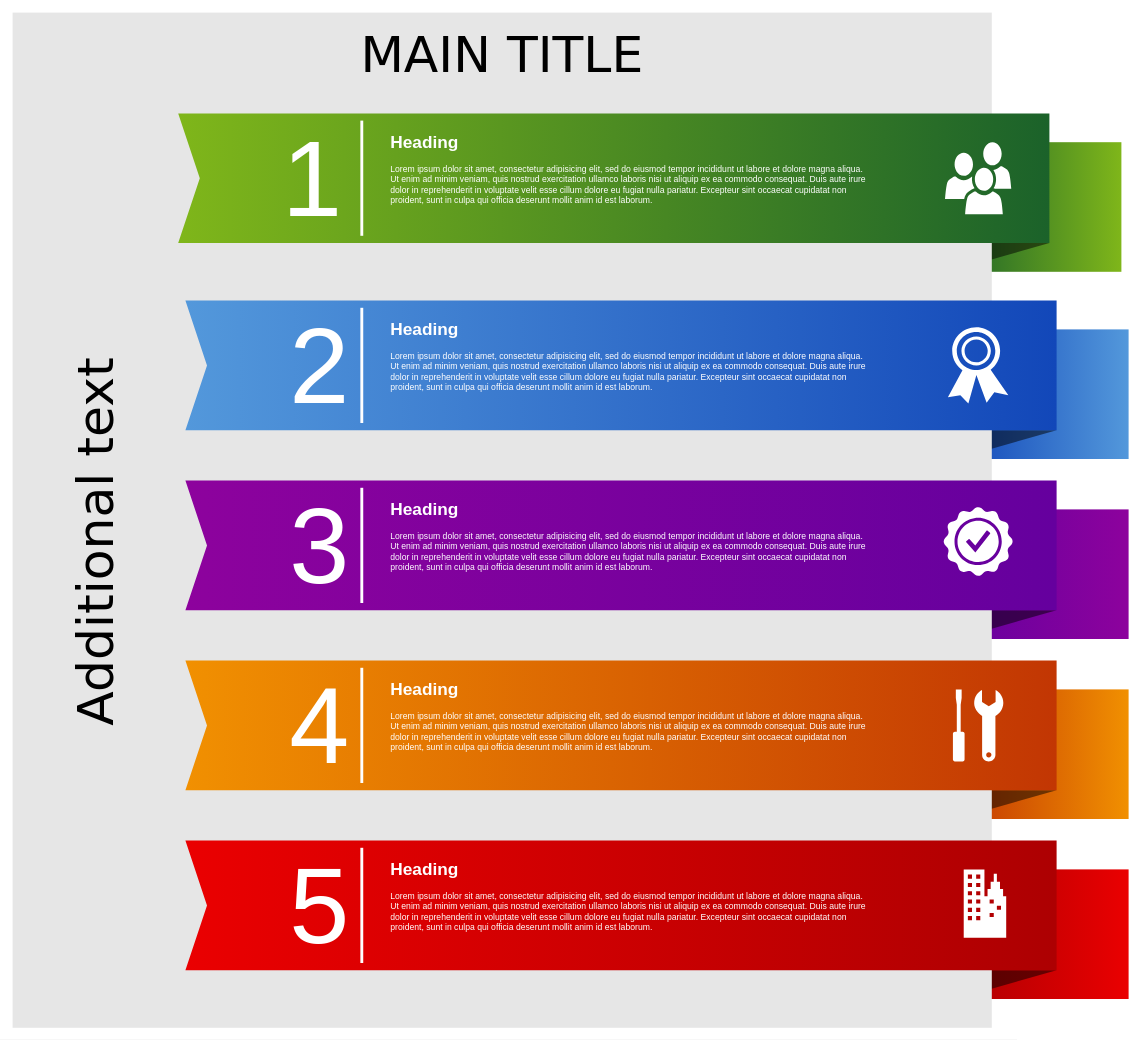
The draw.io diagram Untitled Diagram.drawio in jfeudeline/diagrams, before the edit. Source tidied: cells renumbered, new cells numbered last; positions are measured from the earlier drawing's top-left corner, leaving out a move shared by most shapes. Both pictures are drawn from the tidied source at 72%, with x=0, y=0 at pixel (12, 12).
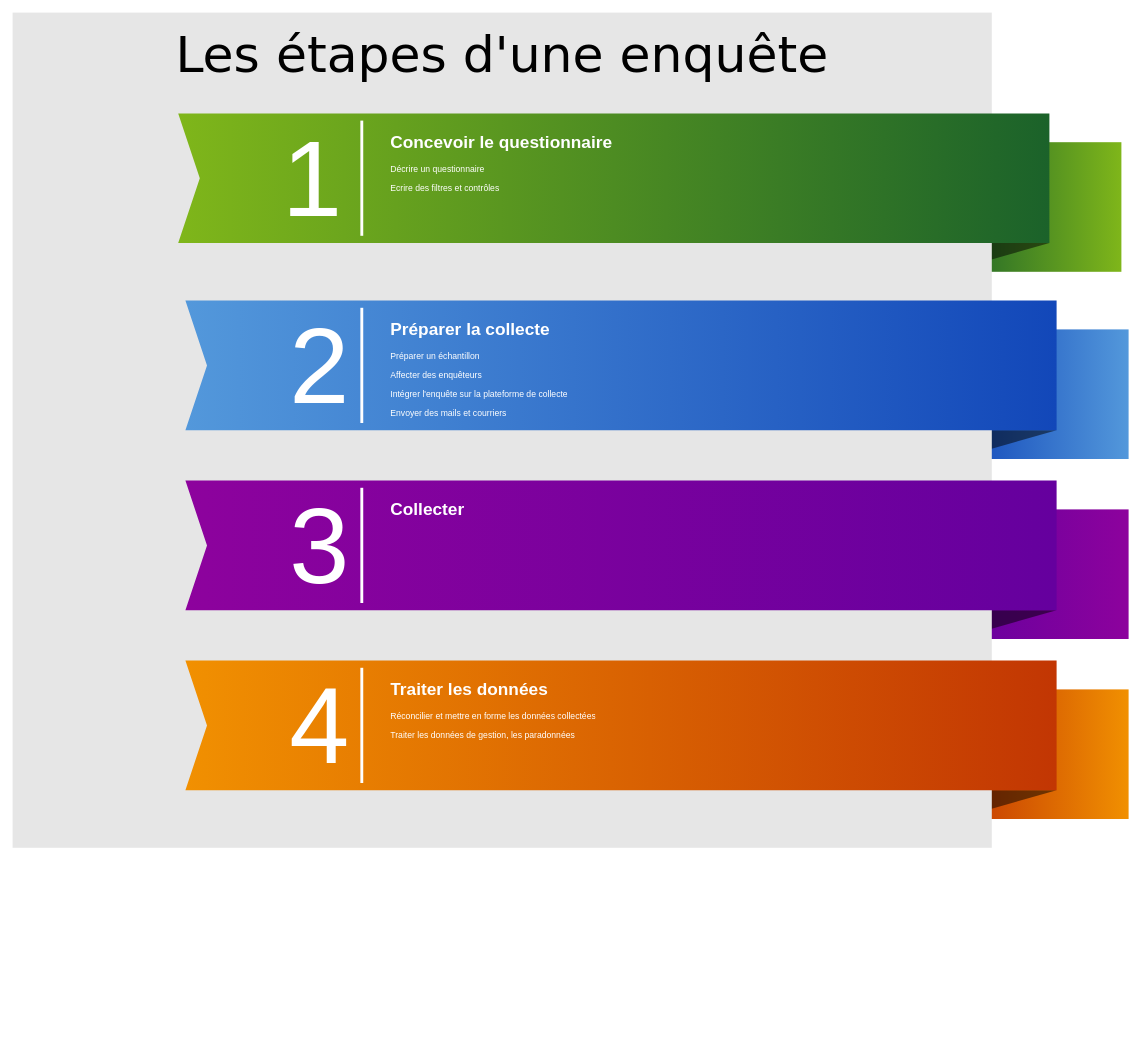
The same page after the edit.

Change to the diagram source:
```diff
@@
-    <mxCell id="10" style="whiteSpace=wrap;html=1;rounded=0;shadow=0;dashed=0;strokeWidth=1;fontFamily=Tahoma;fontSize=10;fontColor=#FFFFFF;strokeColor=none;fillColor=#EA0001;gradientColor=#AD0002;gradientDirection=west;" parent="1" vertex="1">
-      <mxGeometry x="1310" y="1190" width="240" height="180" as="geometry" />
-    </mxCell>
-    <mxCell id="11" style="verticalLabelPosition=bottom;verticalAlign=top;html=1;strokeWidth=1;shape=mxgraph.basic.orthogonal_triangle;rounded=0;shadow=0;dashed=0;fontFamily=Tahoma;fontSize=10;fontColor=#FFFFFF;flipV=1;fillColor=#000000;strokeColor=none;opacity=50;" parent="1" vertex="1">
-      <mxGeometry x="1310" y="1330" width="140" height="40" as="geometry" />
-    </mxCell>
-    <mxCell id="12" value="MAIN TITLE" style="whiteSpace=wrap;html=1;rounded=0;shadow=0;dashed=0;strokeWidth=1;fillColor=#E6E6E6;fontFamily=Verdana;fontSize=70;strokeColor=none;verticalAlign=top;spacingTop=10;" parent="1" vertex="1">
-      <mxGeometry width="1360" height="1410" as="geometry" />
+    <mxCell id="12" value="Les étapes d'une enquête" style="whiteSpace=wrap;html=1;rounded=0;shadow=0;dashed=0;strokeWidth=1;fillColor=#E6E6E6;fontFamily=Verdana;fontSize=70;strokeColor=none;verticalAlign=top;spacingTop=10;" parent="1" vertex="1">
+      <mxGeometry width="1360" height="1160" as="geometry" />
     </mxCell>
@@
-    <mxCell id="17" style="html=1;shadow=0;dashed=0;align=center;verticalAlign=middle;shape=mxgraph.arrows2.arrow;dy=0;dx=0;notch=30;rounded=0;strokeColor=none;strokeWidth=1;fillColor=#EA0001;fontFamily=Tahoma;fontSize=10;fontColor=#FFFFFF;gradientColor=#AD0002;gradientDirection=east;" parent="1" vertex="1">
-      <mxGeometry x="240" y="1150" width="1210" height="180" as="geometry" />
-    </mxCell>
-    <mxCell id="18" value="Additional text" style="text;html=1;strokeColor=none;fillColor=none;align=center;verticalAlign=middle;whiteSpace=wrap;rounded=0;shadow=0;dashed=0;fontFamily=Verdana;fontSize=70;horizontal=0;" parent="1" vertex="1">
-      <mxGeometry x="50" y="140" width="130" height="1190" as="geometry" />
-    </mxCell>
@@
-    <mxCell id="23" value="5" style="text;html=1;strokeColor=none;fillColor=none;align=right;verticalAlign=middle;whiteSpace=wrap;rounded=0;shadow=0;dashed=0;fontFamily=Helvetica;fontSize=150;fontColor=#FFFFFF;" parent="1" vertex="1">
-      <mxGeometry x="270" y="1150" width="200" height="180" as="geometry" />
-    </mxCell>
@@
-    <mxCell id="28" style="line;strokeWidth=4;direction=south;html=1;rounded=0;shadow=0;dashed=0;fillColor=none;gradientColor=#AD0002;fontFamily=Helvetica;fontSize=150;fontColor=#FFFFFF;align=right;strokeColor=#FFFFFF;" parent="1" vertex="1">
-      <mxGeometry x="480" y="1160" width="10" height="160" as="geometry" />
-    </mxCell>
-    <mxCell id="29" value="&lt;h1&gt;Heading&lt;/h1&gt;&lt;p&gt;L&lt;span&gt;orem ipsum dolor sit amet, consectetur adipisicing elit, sed do eiusmod tempor incididunt ut labore et dolore magna aliqua. Ut enim ad minim veniam, quis nostrud exercitation ullamco laboris nisi ut aliquip ex ea commodo consequat. Duis aute irure dolor in reprehenderit in voluptate velit esse cillum dolore eu fugiat nulla pariatur. Excepteur sint occaecat cupidatat non proident, sunt in culpa qui officia deserunt mollit anim id est laborum.&lt;/span&gt;&lt;/p&gt;" style="text;html=1;strokeColor=none;fillColor=none;spacing=5;spacingTop=-20;whiteSpace=wrap;overflow=hidden;rounded=0;shadow=0;dashed=0;fontFamily=Helvetica;fontSize=12;fontColor=#FFFFFF;align=left;" parent="1" vertex="1">
+    <mxCell id="29" value="&lt;h1&gt;Concevoir le questionnaire&lt;br&gt;&lt;/h1&gt;&lt;p&gt;Décrire un questionnaire&lt;/p&gt;&lt;p&gt;Ecrire des filtres et contrôles&lt;br&gt;&lt;/p&gt;" style="text;html=1;strokeColor=none;fillColor=none;spacing=5;spacingTop=-20;whiteSpace=wrap;overflow=hidden;rounded=0;shadow=0;dashed=0;fontFamily=Helvetica;fontSize=12;fontColor=#FFFFFF;align=left;" parent="1" vertex="1">
       <mxGeometry x="520" y="160" width="670" height="140" as="geometry" />
     </mxCell>
-    <mxCell id="30" value="&lt;h1&gt;Heading&lt;/h1&gt;&lt;p&gt;L&lt;span&gt;orem ipsum dolor sit amet, consectetur adipisicing elit, sed do eiusmod tempor incididunt ut labore et dolore magna aliqua. Ut enim ad minim veniam, quis nostrud exercitation ullamco laboris nisi ut aliquip ex ea commodo consequat. Duis aute irure dolor in reprehenderit in voluptate velit esse cillum dolore eu fugiat nulla pariatur. Excepteur sint occaecat cupidatat non proident, sunt in culpa qui officia deserunt mollit anim id est laborum.&lt;/span&gt;&lt;/p&gt;" style="text;html=1;strokeColor=none;fillColor=none;spacing=5;spacingTop=-20;whiteSpace=wrap;overflow=hidden;rounded=0;shadow=0;dashed=0;fontFamily=Helvetica;fontSize=12;fontColor=#FFFFFF;align=left;" parent="1" vertex="1">
-      <mxGeometry x="520" y="420" width="670" height="140" as="geometry" />
+    <mxCell id="30" value="&lt;p style=&quot;line-height: 1.2&quot;&gt;&lt;/p&gt;&lt;h1&gt;Préparer la collecte&lt;br&gt;&lt;/h1&gt;&lt;p&gt;Préparer un échantillon&lt;/p&gt;&lt;p&gt;Affecter des enquêteurs&lt;/p&gt;&lt;p&gt;Intégrer l'enquête sur la plateforme de collecte&lt;/p&gt;&lt;p&gt;Envoyer des mails et courriers&lt;br&gt;&lt;/p&gt;&lt;p&gt;&lt;/p&gt;" style="text;html=1;strokeColor=none;fillColor=none;spacing=5;spacingTop=-20;whiteSpace=wrap;overflow=hidden;rounded=0;shadow=0;dashed=0;fontFamily=Helvetica;fontSize=12;fontColor=#FFFFFF;align=left;" parent="1" vertex="1">
+      <mxGeometry x="520" y="420" width="670" height="150" as="geometry" />
     </mxCell>
-    <mxCell id="31" value="&lt;h1&gt;Heading&lt;/h1&gt;&lt;p&gt;L&lt;span&gt;orem ipsum dolor sit amet, consectetur adipisicing elit, sed do eiusmod tempor incididunt ut labore et dolore magna aliqua. Ut enim ad minim veniam, quis nostrud exercitation ullamco laboris nisi ut aliquip ex ea commodo consequat. Duis aute irure dolor in reprehenderit in voluptate velit esse cillum dolore eu fugiat nulla pariatur. Excepteur sint occaecat cupidatat non proident, sunt in culpa qui officia deserunt mollit anim id est laborum.&lt;/span&gt;&lt;/p&gt;" style="text;html=1;strokeColor=none;fillColor=none;spacing=5;spacingTop=-20;whiteSpace=wrap;overflow=hidden;rounded=0;shadow=0;dashed=0;fontFamily=Helvetica;fontSize=12;fontColor=#FFFFFF;align=left;" parent="1" vertex="1">
+    <mxCell id="31" value="&lt;h1&gt;Collecter&lt;/h1&gt;&lt;p&gt;&lt;br&gt;&lt;/p&gt;" style="text;html=1;strokeColor=none;fillColor=none;spacing=5;spacingTop=-20;whiteSpace=wrap;overflow=hidden;rounded=0;shadow=0;dashed=0;fontFamily=Helvetica;fontSize=12;fontColor=#FFFFFF;align=left;" parent="1" vertex="1">
       <mxGeometry x="520" y="670" width="670" height="140" as="geometry" />
     </mxCell>
-    <mxCell id="32" value="&lt;h1&gt;Heading&lt;/h1&gt;&lt;p&gt;L&lt;span&gt;orem ipsum dolor sit amet, consectetur adipisicing elit, sed do eiusmod tempor incididunt ut labore et dolore magna aliqua. Ut enim ad minim veniam, quis nostrud exercitation ullamco laboris nisi ut aliquip ex ea commodo consequat. Duis aute irure dolor in reprehenderit in voluptate velit esse cillum dolore eu fugiat nulla pariatur. Excepteur sint occaecat cupidatat non proident, sunt in culpa qui officia deserunt mollit anim id est laborum.&lt;/span&gt;&lt;/p&gt;" style="text;html=1;strokeColor=none;fillColor=none;spacing=5;spacingTop=-20;whiteSpace=wrap;overflow=hidden;rounded=0;shadow=0;dashed=0;fontFamily=Helvetica;fontSize=12;fontColor=#FFFFFF;align=left;" parent="1" vertex="1">
+    <mxCell id="32" value="&lt;h1&gt;Traiter les données&lt;br&gt;&lt;/h1&gt;&lt;p&gt;Réconcilier et mettre en forme les données collectées&lt;br&gt;&lt;/p&gt;&lt;p&gt;Traiter les données de gestion, les paradonnées&lt;br&gt;&lt;/p&gt;" style="text;html=1;strokeColor=none;fillColor=none;spacing=5;spacingTop=-20;whiteSpace=wrap;overflow=hidden;rounded=0;shadow=0;dashed=0;fontFamily=Helvetica;fontSize=12;fontColor=#FFFFFF;align=left;" parent="1" vertex="1">
       <mxGeometry x="520" y="920" width="670" height="140" as="geometry" />
     </mxCell>
-    <mxCell id="33" value="&lt;h1&gt;Heading&lt;/h1&gt;&lt;p&gt;L&lt;span&gt;orem ipsum dolor sit amet, consectetur adipisicing elit, sed do eiusmod tempor incididunt ut labore et dolore magna aliqua. Ut enim ad minim veniam, quis nostrud exercitation ullamco laboris nisi ut aliquip ex ea commodo consequat. Duis aute irure dolor in reprehenderit in voluptate velit esse cillum dolore eu fugiat nulla pariatur. Excepteur sint occaecat cupidatat non proident, sunt in culpa qui officia deserunt mollit anim id est laborum.&lt;/span&gt;&lt;/p&gt;" style="text;html=1;strokeColor=none;fillColor=none;spacing=5;spacingTop=-20;whiteSpace=wrap;overflow=hidden;rounded=0;shadow=0;dashed=0;fontFamily=Helvetica;fontSize=12;fontColor=#FFFFFF;align=left;" parent="1" vertex="1">
-      <mxGeometry x="520" y="1170" width="670" height="140" as="geometry" />
-    </mxCell>
-    <mxCell id="34" style="shadow=0;dashed=0;html=1;strokeColor=none;fillColor=#FFFFFF;labelPosition=center;verticalLabelPosition=bottom;verticalAlign=top;shape=mxgraph.office.users.users;rounded=0;fontFamily=Helvetica;fontSize=12;fontColor=#FFFFFF;align=left;" parent="1" vertex="1">
-      <mxGeometry x="1295" y="180" width="92" height="100" as="geometry" />
-    </mxCell>
-    <mxCell id="35" style="shadow=0;dashed=0;html=1;strokeColor=none;fillColor=#FFFFFF;labelPosition=center;verticalLabelPosition=bottom;verticalAlign=top;shape=mxgraph.office.security.token;rounded=0;fontFamily=Helvetica;fontSize=12;fontColor=#FFFFFF;align=left;" parent="1" vertex="1">
-      <mxGeometry x="1299" y="437" width="84" height="106" as="geometry" />
-    </mxCell>
-    <mxCell id="36" style="shadow=0;dashed=0;html=1;strokeColor=none;fillColor=#FFFFFF;labelPosition=center;verticalLabelPosition=bottom;verticalAlign=top;shape=mxgraph.office.concepts.best_practices;rounded=0;fontFamily=Helvetica;fontSize=12;fontColor=#FFFFFF;align=left;" parent="1" vertex="1">
-      <mxGeometry x="1292.5" y="686" width="97" height="97" as="geometry" />
-    </mxCell>
-    <mxCell id="37" style="shadow=0;dashed=0;html=1;strokeColor=none;fillColor=#FFFFFF;labelPosition=center;verticalLabelPosition=bottom;verticalAlign=top;shape=mxgraph.office.concepts.maintenance;rounded=0;fontFamily=Helvetica;fontSize=12;fontColor=#FFFFFF;align=left;" parent="1" vertex="1">
-      <mxGeometry x="1306" y="940" width="70" height="100" as="geometry" />
-    </mxCell>
-    <mxCell id="38" style="shadow=0;dashed=0;html=1;strokeColor=none;fillColor=#FFFFFF;labelPosition=center;verticalLabelPosition=bottom;verticalAlign=top;shape=mxgraph.office.concepts.on_premises;rounded=0;fontFamily=Helvetica;fontSize=12;fontColor=#FFFFFF;align=left;" parent="1" vertex="1">
-      <mxGeometry x="1321" y="1190" width="59" height="95" as="geometry" />
-    </mxCell>
```
